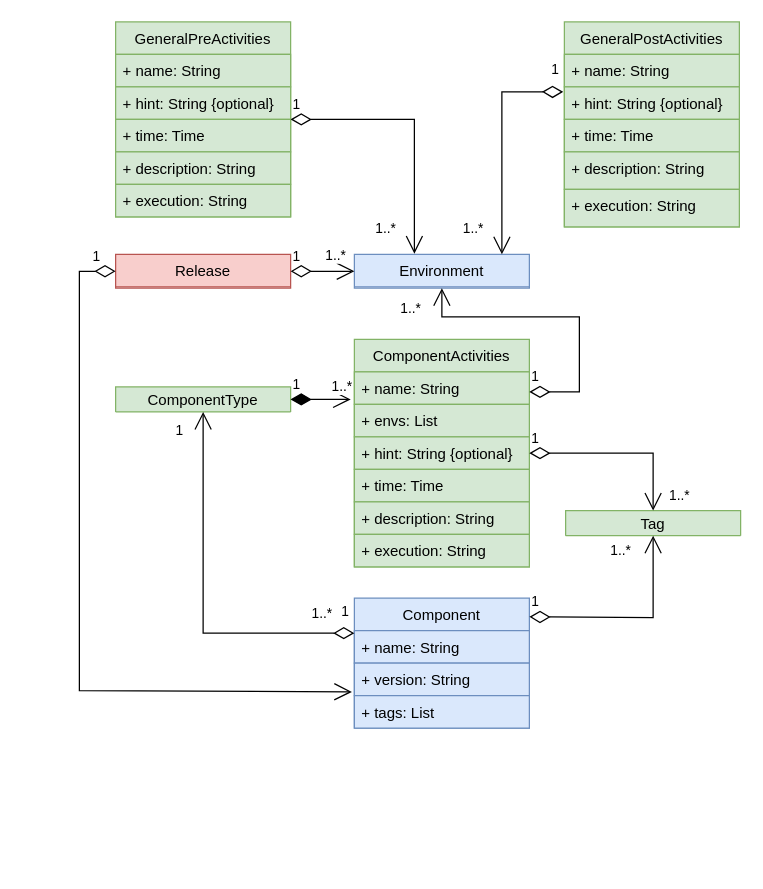
The draw.io diagram model.drawio in jorgekue/delivery-master, before the edit. Source tidied: cells renumbered, new cells numbered last; positions are measured from the earlier drawing's top-left corner, leaving out a move shared by most shapes. Both pictures are drawn from the tidied source at 125%, with x=0, y=0 at pixel (79, 21).
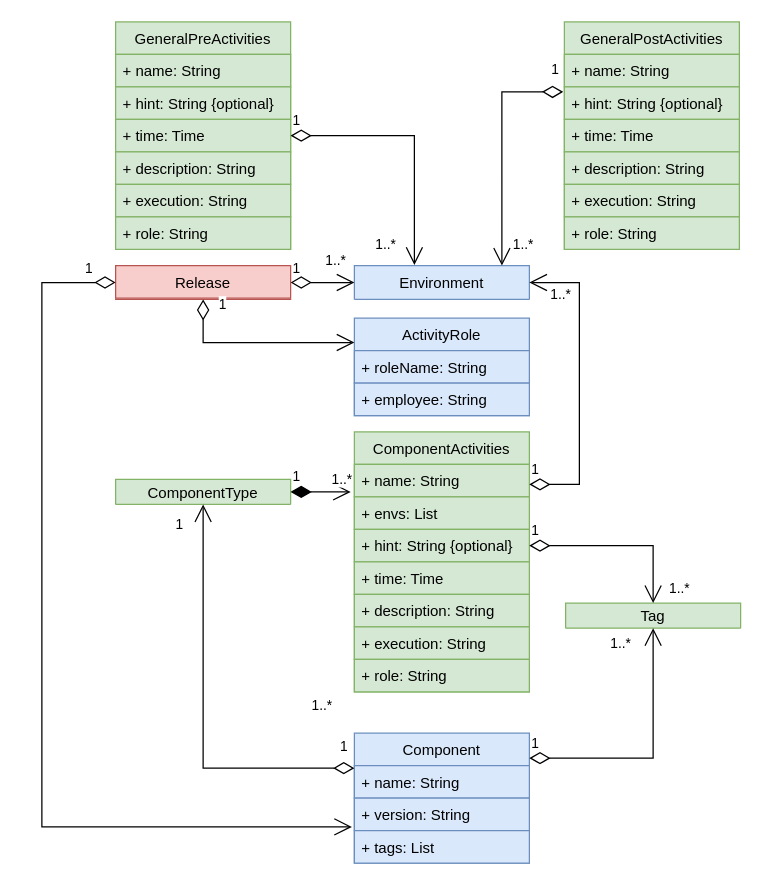
The same page after the edit.

The change refers to these unchanged cells:
```xml
<mxCell id="17" value="+ version: String" style="text;strokeColor=#6c8ebf;fillColor=#dae8fc;align=left;verticalAlign=top;spacingLeft=4;spacingRight=4;overflow=hidden;points=[[0,0.5],[1,0.5]];portConstraint=eastwest;" parent="15" vertex="1">
  <mxGeometry y="52" width="140" height="26" as="geometry" />
</mxCell>
```

The edit, as a diff of the source:
```diff
@@
     <mxCell id="2" value="GeneralPreActivities" style="swimlane;fontStyle=0;horizontal=1;startSize=26;fillColor=#d5e8d4;strokeColor=#82b366;" parent="1" vertex="1">
-      <mxGeometry x="29" width="140" height="156" as="geometry" />
+      <mxGeometry x="29" width="140" height="182" as="geometry" />
     </mxCell>
@@
+    <mxCell id="47" value="+ role: String" style="text;strokeColor=#82b366;fillColor=#d5e8d4;align=left;verticalAlign=top;spacingLeft=4;spacingRight=4;overflow=hidden;" parent="2" vertex="1">
+      <mxGeometry y="156" width="140" height="26" as="geometry" />
+    </mxCell>
     <mxCell id="8" value="GeneralPostActivities" style="swimlane;fontStyle=0;horizontal=1;startSize=26;fillColor=#d5e8d4;strokeColor=#82b366;" parent="1" vertex="1">
-      <mxGeometry x="388" width="140" height="164" as="geometry" />
+      <mxGeometry x="388" width="140" height="182" as="geometry" />
     </mxCell>
@@
     <mxCell id="12" value="+ description: String" style="text;strokeColor=#82b366;fillColor=#d5e8d4;align=left;verticalAlign=top;spacingLeft=4;spacingRight=4;overflow=hidden;" parent="8" vertex="1">
-      <mxGeometry y="104" width="140" height="30" as="geometry" />
+      <mxGeometry y="104" width="140" height="26" as="geometry" />
     </mxCell>
     <mxCell id="13" value="+ execution: String" style="text;strokeColor=#82b366;fillColor=#d5e8d4;align=left;verticalAlign=top;spacingLeft=4;spacingRight=4;overflow=hidden;" parent="8" vertex="1">
-      <mxGeometry y="134" width="140" height="30" as="geometry" />
+      <mxGeometry y="130" width="140" height="26" as="geometry" />
     </mxCell>
+    <mxCell id="48" value="+ role: String" style="text;strokeColor=#82b366;fillColor=#d5e8d4;align=left;verticalAlign=top;spacingLeft=4;spacingRight=4;overflow=hidden;" parent="8" vertex="1">
+      <mxGeometry y="156" width="140" height="26" as="geometry" />
+    </mxCell>
-    <mxCell id="14" value="Environment" style="swimlane;fontStyle=0;horizontal=1;startSize=26;fillColor=#dae8fc;strokeColor=#6c8ebf;" parent="1" vertex="1">
-      <mxGeometry x="220" y="186" width="140" height="27" as="geometry" />
+    <mxCell id="14" value="Environment" style="swimlane;fontStyle=0;horizontal=1;startSize=27;fillColor=#dae8fc;strokeColor=#6c8ebf;" parent="1" vertex="1">
+      <mxGeometry x="220" y="195" width="140" height="27" as="geometry" />
     </mxCell>
     <mxCell id="15" value="Component" style="swimlane;fontStyle=0;horizontal=1;startSize=26;fillColor=#dae8fc;strokeColor=#6c8ebf;" parent="1" vertex="1">
-      <mxGeometry x="220" y="461" width="140" height="104" as="geometry" />
+      <mxGeometry x="220" y="569" width="140" height="104" as="geometry" />
     </mxCell>
@@
     <mxCell id="19" value="ComponentType" style="swimlane;fontStyle=0;horizontal=1;startSize=26;fillColor=#d5e8d4;strokeColor=#82b366;" parent="1" vertex="1">
-      <mxGeometry x="29" y="292" width="140" height="20" as="geometry" />
+      <mxGeometry x="29" y="366" width="140" height="20" as="geometry" />
     </mxCell>
     <mxCell id="20" value="ComponentActivities" style="swimlane;fontStyle=0;horizontal=1;startSize=26;fillColor=#d5e8d4;strokeColor=#82b366;" parent="1" vertex="1">
-      <mxGeometry x="220" y="254" width="140" height="182" as="geometry" />
+      <mxGeometry x="220" y="328" width="140" height="208" as="geometry" />
     </mxCell>
@@
+    <mxCell id="49" value="+ role: String" style="text;strokeColor=#82b366;fillColor=#d5e8d4;align=left;verticalAlign=top;spacingLeft=4;spacingRight=4;overflow=hidden;" parent="20" vertex="1">
+      <mxGeometry y="182" width="140" height="26" as="geometry" />
+    </mxCell>
     <mxCell id="27" value="Tag" style="swimlane;fontStyle=0;horizontal=1;startSize=26;fillColor=#d5e8d4;strokeColor=#82b366;" parent="1" vertex="1">
-      <mxGeometry x="389" y="391" width="140" height="20" as="geometry" />
+      <mxGeometry x="389" y="465" width="140" height="20" as="geometry" />
     </mxCell>
@@
-    <mxCell id="30" value="1" style="endArrow=open;html=1;endSize=12;startArrow=diamondThin;startSize=14;startFill=0;edgeStyle=orthogonalEdgeStyle;align=left;verticalAlign=bottom;rounded=0;entryX=0.5;entryY=1;entryDx=0;entryDy=0;" parent="1" edge="1" target="27">
+    <mxCell id="30" value="1" style="endArrow=open;html=1;endSize=12;startArrow=diamondThin;startSize=14;startFill=0;edgeStyle=orthogonalEdgeStyle;align=left;verticalAlign=bottom;rounded=0;entryX=0.5;entryY=1;entryDx=0;entryDy=0;" parent="1" edge="1" source="15" target="27">
       <mxGeometry x="-1" y="3" relative="1" as="geometry">
-        <mxPoint x="360" y="476" as="sourcePoint" />
+        <Array as="points">
+          <mxPoint x="459" y="589" />
+        </Array>
       </mxGeometry>
     </mxCell>
@@
     <mxCell id="33" value="1..*" style="edgeLabel;html=1;align=center;verticalAlign=middle;" parent="1" vertex="1">
-      <mxGeometry x="459" y="351" as="geometry">
+      <mxGeometry x="459" y="425" as="geometry">
         <mxPoint x="-27" y="71" as="offset" />
       </mxGeometry>
     </mxCell>
-    <mxCell id="34" value="1" style="endArrow=open;html=1;endSize=12;startArrow=diamondThin;startSize=14;startFill=0;edgeStyle=orthogonalEdgeStyle;align=left;verticalAlign=bottom;rounded=0;entryX=0.5;entryY=1;entryDx=0;entryDy=0;" parent="1" edge="1" target="14">
+    <mxCell id="34" value="1" style="endArrow=open;html=1;endSize=12;startArrow=diamondThin;startSize=14;startFill=0;edgeStyle=orthogonalEdgeStyle;align=left;verticalAlign=bottom;rounded=0;entryX=1;entryY=0.5;entryDx=0;entryDy=0;" parent="1" edge="1" target="14">
       <mxGeometry x="-1" y="3" relative="1" as="geometry">
-        <mxPoint x="360" y="296" as="sourcePoint" />
+        <mxPoint x="360" y="370" as="sourcePoint" />
         <Array as="points">
-          <mxPoint x="400" y="296" />
-          <mxPoint x="400" y="236" />
-          <mxPoint x="290" y="236" />
+          <mxPoint x="400" y="370" />
+          <mxPoint x="400" y="209" />
         </Array>
       </mxGeometry>
     </mxCell>
@@
     <mxCell id="38" value="1..*" style="edgeLabel;html=1;align=center;verticalAlign=middle;" parent="1" vertex="1">
-      <mxGeometry x="230" y="302" as="geometry">
+      <mxGeometry x="230" y="315" as="geometry">
         <mxPoint x="14" y="-138" as="offset" />
       </mxGeometry>
     </mxCell>
     <mxCell id="39" value="1..*" style="edgeLabel;html=1;align=center;verticalAlign=middle;" parent="1" vertex="1">
-      <mxGeometry x="250" y="366" as="geometry">
+      <mxGeometry x="340" y="315" as="geometry">
         <mxPoint x="14" y="-138" as="offset" />
       </mxGeometry>
     </mxCell>
     <mxCell id="40" value="1..*" style="edgeLabel;html=1;align=center;verticalAlign=middle;" parent="1" vertex="1">
-      <mxGeometry x="300" y="302" as="geometry">
+      <mxGeometry x="370" y="355" as="geometry">
         <mxPoint x="14" y="-138" as="offset" />
       </mxGeometry>
     </mxCell>
@@
     <mxCell id="42" value="Release" style="swimlane;fontStyle=0;horizontal=1;startSize=26;fillColor=#f8cecc;strokeColor=#b85450;" parent="1" vertex="1">
-      <mxGeometry x="29" y="186" width="140" height="27" as="geometry" />
+      <mxGeometry x="29" y="195" width="140" height="27" as="geometry" />
     </mxCell>
@@
     <mxCell id="44" value="1" style="endArrow=open;html=1;endSize=12;startArrow=diamondThin;startSize=14;startFill=0;edgeStyle=orthogonalEdgeStyle;align=left;verticalAlign=bottom;rounded=0;exitX=0;exitY=0.5;exitDx=0;exitDy=0;entryX=-0.014;entryY=0.885;entryDx=0;entryDy=0;entryPerimeter=0;" parent="1" edge="1" source="42" target="17">
       <mxGeometry x="-0.93" y="-3" relative="1" as="geometry">
         <Array as="points">
-          <mxPoint y="200" />
-          <mxPoint y="535" />
+          <mxPoint x="-30" y="209" />
+          <mxPoint x="-30" y="644" />
         </Array>
       </mxGeometry>
     </mxCell>
     <mxCell id="45" value="1..*" style="edgeLabel;html=1;align=center;verticalAlign=middle;" parent="1" vertex="1">
-      <mxGeometry x="190" y="324" as="geometry">
+      <mxGeometry x="190" y="328" as="geometry">
         <mxPoint x="14" y="-138" as="offset" />
       </mxGeometry>
     </mxCell>
     <mxCell id="46" value="1..*" style="edgeLabel;html=1;align=center;verticalAlign=middle;" parent="1" vertex="1">
-      <mxGeometry x="220" y="401" as="geometry">
+      <mxGeometry x="220" y="475" as="geometry">
         <mxPoint x="-27" y="71" as="offset" />
       </mxGeometry>
     </mxCell>
+    <mxCell id="50" value="ActivityRole" style="swimlane;fontStyle=0;horizontal=1;startSize=26;fillColor=#dae8fc;strokeColor=#6c8ebf;" parent="1" vertex="1">
+      <mxGeometry x="220" y="237" width="140" height="78" as="geometry" />
+    </mxCell>
+    <mxCell id="51" value="+ roleName: String" style="text;strokeColor=#6c8ebf;fillColor=#dae8fc;align=left;verticalAlign=top;spacingLeft=4;spacingRight=4;overflow=hidden;" parent="50" vertex="1">
+      <mxGeometry y="26" width="140" height="26" as="geometry" />
+    </mxCell>
+    <mxCell id="52" value="+ employee: String" style="text;strokeColor=#6c8ebf;fillColor=#dae8fc;align=left;verticalAlign=top;spacingLeft=4;spacingRight=4;overflow=hidden;" parent="50" vertex="1">
+      <mxGeometry y="52" width="140" height="26" as="geometry" />
+    </mxCell>
+    <mxCell id="53" value="1" style="endArrow=open;html=1;endSize=12;startArrow=diamondThin;startSize=14;startFill=0;edgeStyle=orthogonalEdgeStyle;align=left;verticalAlign=bottom;rounded=0;exitX=0.5;exitY=1;exitDx=0;exitDy=0;entryX=0;entryY=0.25;entryDx=0;entryDy=0;" parent="1" edge="1" source="42" target="50">
+      <mxGeometry x="-0.83" y="11" relative="1" as="geometry" />
+    </mxCell>
```
